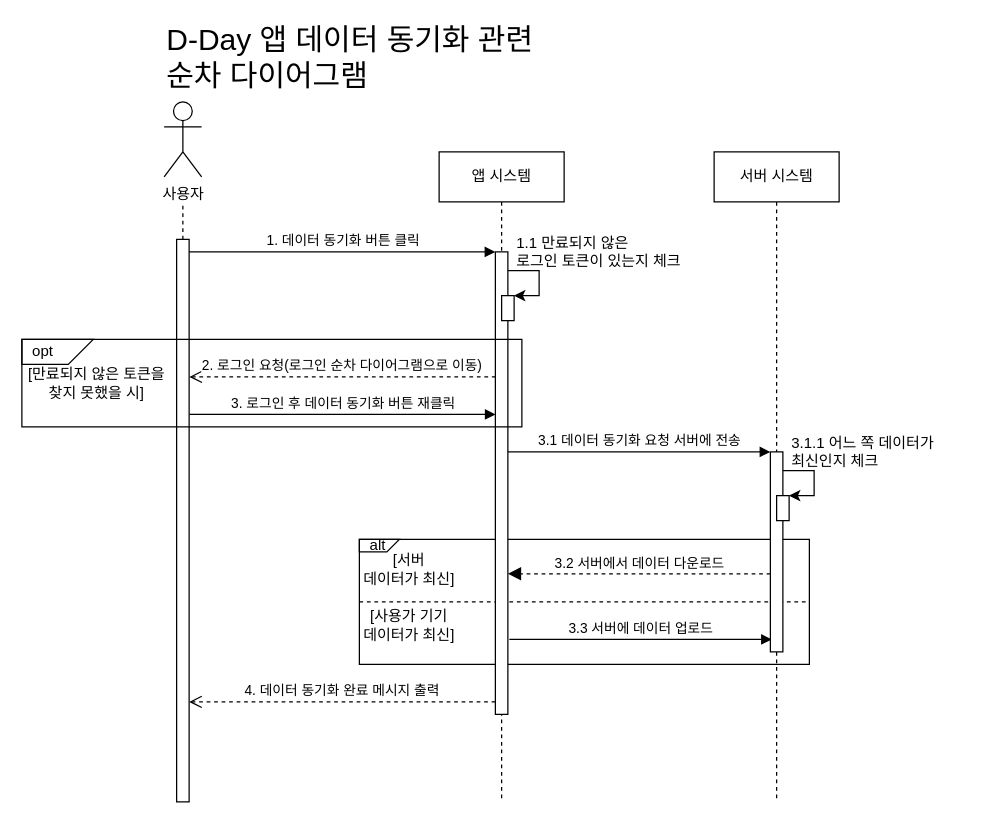
Earlier version of the draw.io diagram sequence diagram - datasync.drawio (baechuTree/softwareEngineering). Source tidied: cells renumbered, new cells numbered last; positions are measured from the earlier drawing's top-left corner, leaving out a move shared by most shapes. Both pictures are drawn from the tidied source at 125%, with x=0, y=0 at pixel (21, 39).
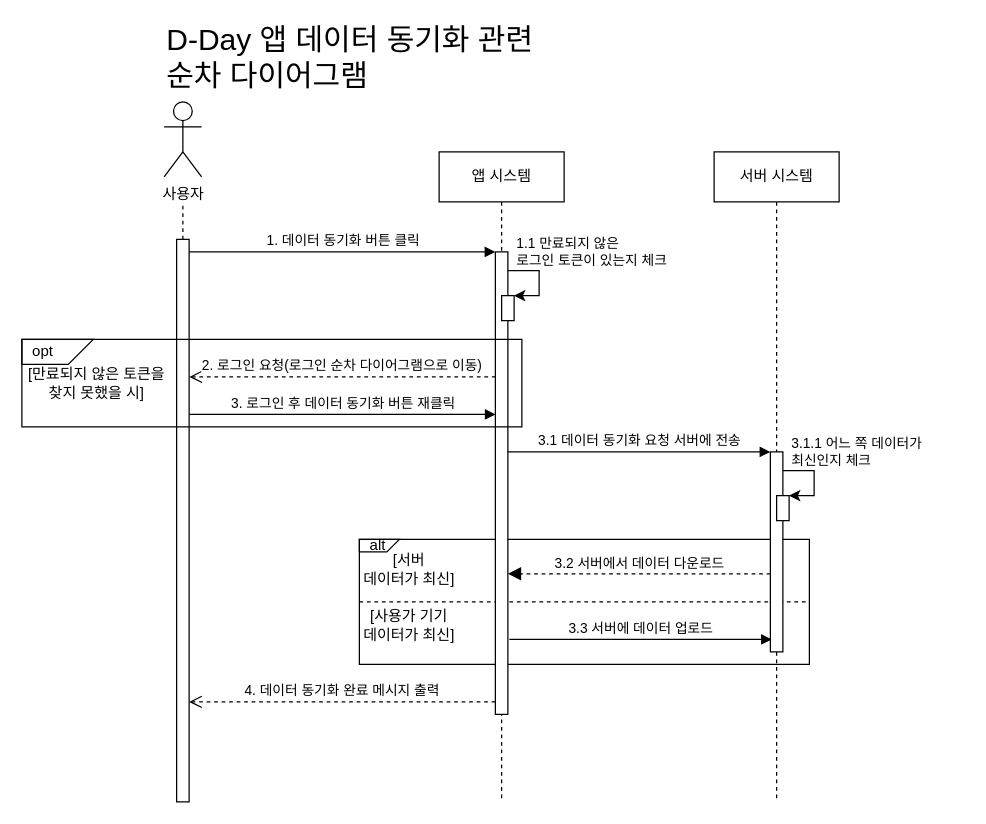
Above is the later version.

What changed in the source:
```diff
@@
-    <mxCell id="8" value="3.1.1 어느 쪽 데이터가&lt;div&gt;최신인지 체크&lt;/div&gt;" style="text;html=1;align=left;verticalAlign=middle;strokeColor=none;fillColor=none;" parent="1" vertex="1">
-      <mxGeometry x="613.8" y="310" width="140" height="40" as="geometry" />
+    <mxCell id="8" value="3.1.1 어느 쪽 데이터가&lt;div&gt;최신인지 체크&lt;/div&gt;" style="text;html=1;align=left;verticalAlign=middle;strokeColor=none;fillColor=none;fontSize=11;" parent="1" vertex="1">
+      <mxGeometry x="613.8" y="310" width="130" height="40" as="geometry" />
     </mxCell>
@@
-    <mxCell id="23" value="1.1 만료되지 않은&lt;div&gt;로그인 토큰이 있는지 체크&lt;/div&gt;" style="text;html=1;align=left;verticalAlign=middle;strokeColor=none;fillColor=none;" parent="1" vertex="1">
-      <mxGeometry x="393.8" y="150" width="150" height="40" as="geometry" />
+    <mxCell id="23" value="1.1 만료되지 않은&lt;div&gt;로그인 토큰이 있는지 체크&lt;/div&gt;" style="text;html=1;align=left;verticalAlign=middle;strokeColor=none;fillColor=none;fontSize=11;" parent="1" vertex="1">
+      <mxGeometry x="393.8" y="150" width="140" height="40" as="geometry" />
     </mxCell>
```
